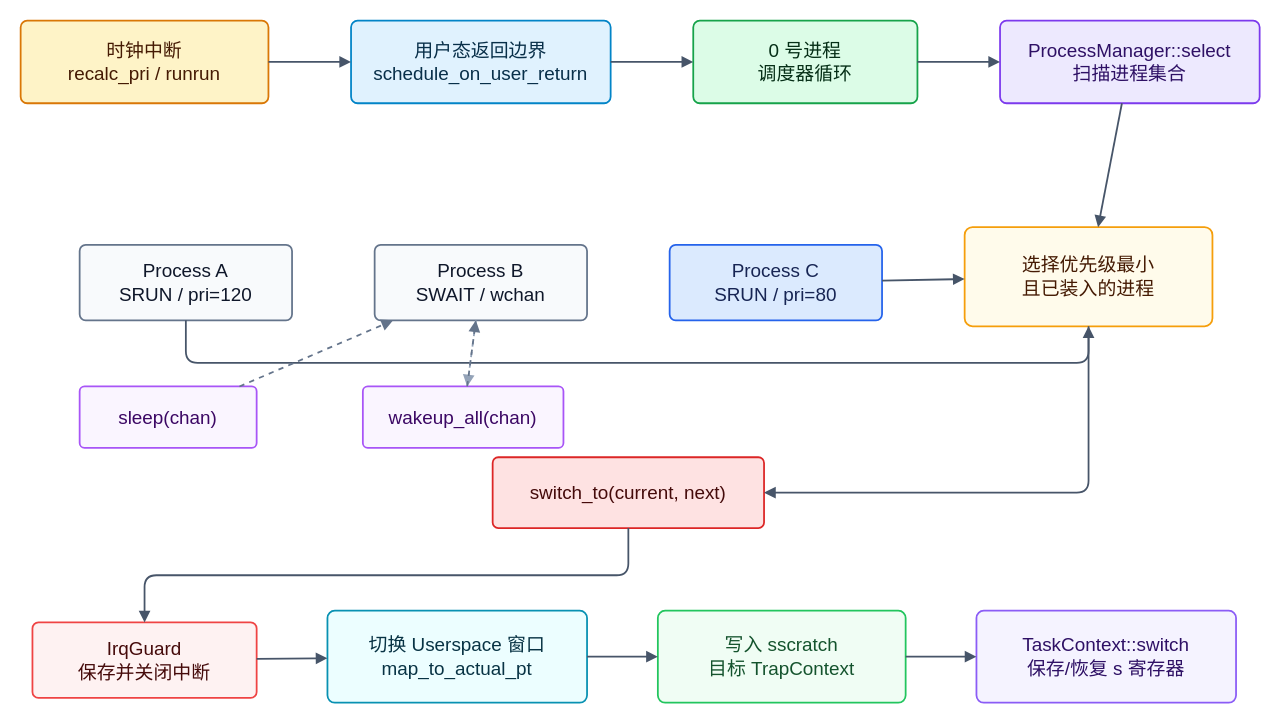
greatbridf/Thesis keeps this draw.io diagram as figures/process-scheduler.drawio. Above is the earlier version. Source tidied: cells renumbered, new cells numbered last; positions are measured from the earlier drawing's top-left corner, leaving out a move shared by most shapes. Both pictures are drawn from the tidied source at 118%, with x=0, y=0 at pixel (20, 20).
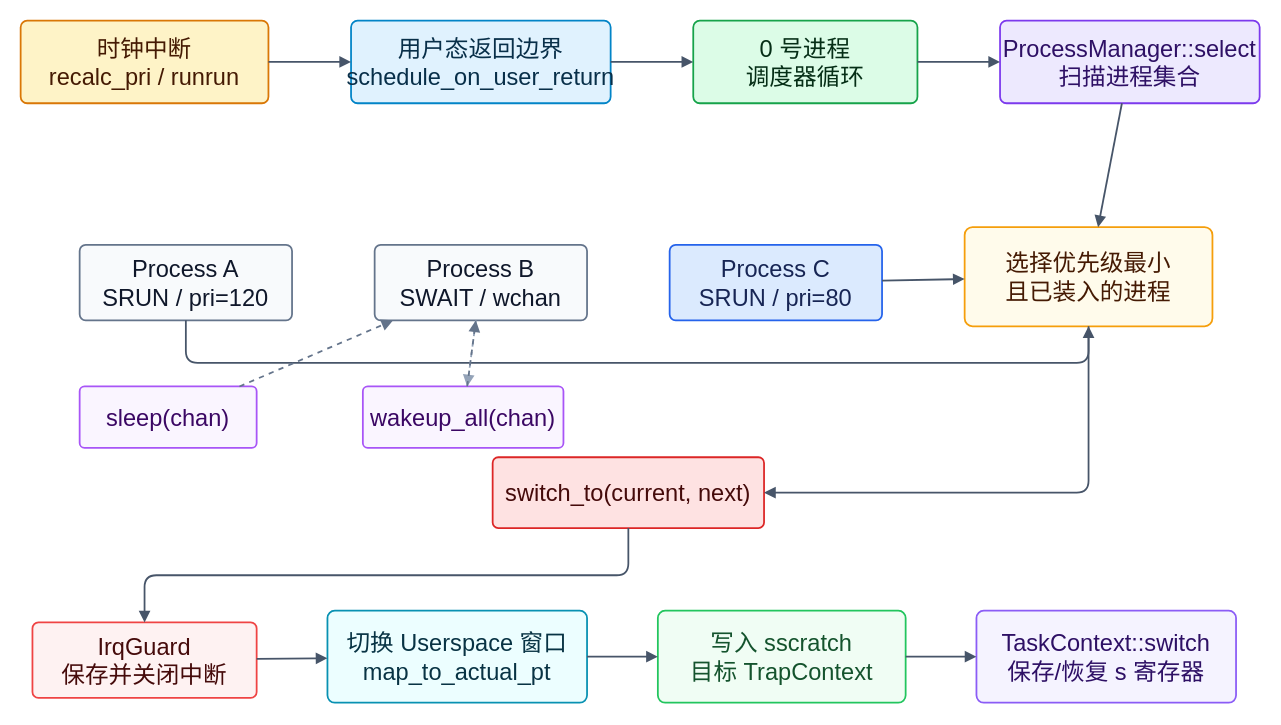
The same diagram, later.

What changed in the source:
```diff
@@
-    <mxCell id="2" value="时钟中断&lt;br&gt;recalc_pri / runrun" style="rounded=1;whiteSpace=wrap;html=1;fillColor=#fef3c7;strokeColor=#d97706;fontColor=#451a03;arcSize=8;strokeWidth=1.5;fontSize=16;" parent="1" vertex="1">
+    <mxCell id="2" value="时钟中断&lt;br&gt;recalc_pri / runrun" style="rounded=1;whiteSpace=wrap;html=1;fillColor=#fef3c7;strokeColor=#d97706;fontColor=#451a03;arcSize=8;strokeWidth=1.5;fontSize=20;" parent="1" vertex="1">
       <mxGeometry width="210" height="70" as="geometry" />
     </mxCell>
-    <mxCell id="3" value="用户态返回边界&lt;br&gt;schedule_on_user_return" style="rounded=1;whiteSpace=wrap;html=1;fillColor=#e0f2fe;strokeColor=#0284c7;fontColor=#082f49;arcSize=8;strokeWidth=1.5;fontSize=16;" parent="1" vertex="1">
+    <mxCell id="3" value="用户态返回边界&lt;br&gt;schedule_on_user_return" style="rounded=1;whiteSpace=wrap;html=1;fillColor=#e0f2fe;strokeColor=#0284c7;fontColor=#082f49;arcSize=8;strokeWidth=1.5;fontSize=20;" parent="1" vertex="1">
       <mxGeometry x="280" width="220" height="70" as="geometry" />
     </mxCell>
-    <mxCell id="4" value="0 号进程&lt;br&gt;调度器循环" style="rounded=1;whiteSpace=wrap;html=1;fillColor=#dcfce7;strokeColor=#16a34a;fontColor=#052e16;arcSize=8;strokeWidth=1.5;fontSize=16;" parent="1" vertex="1">
+    <mxCell id="4" value="0 号进程&lt;br&gt;调度器循环" style="rounded=1;whiteSpace=wrap;html=1;fillColor=#dcfce7;strokeColor=#16a34a;fontColor=#052e16;arcSize=8;strokeWidth=1.5;fontSize=20;" parent="1" vertex="1">
       <mxGeometry x="570" width="190" height="70" as="geometry" />
     </mxCell>
-    <mxCell id="5" value="ProcessManager::select&lt;br&gt;扫描进程集合" style="rounded=1;whiteSpace=wrap;html=1;fillColor=#ede9fe;strokeColor=#7c3aed;fontColor=#2e1065;arcSize=8;strokeWidth=1.5;fontSize=16;" parent="1" vertex="1">
+    <mxCell id="5" value="ProcessManager::select&lt;br&gt;扫描进程集合" style="rounded=1;whiteSpace=wrap;html=1;fillColor=#ede9fe;strokeColor=#7c3aed;fontColor=#2e1065;arcSize=8;strokeWidth=1.5;fontSize=20;" parent="1" vertex="1">
       <mxGeometry x="830" width="220" height="70" as="geometry" />
     </mxCell>
-    <mxCell id="6" value="Process A&lt;br&gt;SRUN / pri=120" style="rounded=1;whiteSpace=wrap;html=1;fillColor=#f8fafc;strokeColor=#64748b;fontColor=#0f172a;arcSize=8;strokeWidth=1.5;fontSize=16;" parent="1" vertex="1">
+    <mxCell id="6" value="Process A&lt;br&gt;SRUN / pri=120" style="rounded=1;whiteSpace=wrap;html=1;fillColor=#f8fafc;strokeColor=#64748b;fontColor=#0f172a;arcSize=8;strokeWidth=1.5;fontSize=20;" parent="1" vertex="1">
       <mxGeometry x="50" y="190" width="180" height="64" as="geometry" />
     </mxCell>
-    <mxCell id="7" value="Process B&lt;br&gt;SWAIT / wchan" style="rounded=1;whiteSpace=wrap;html=1;fillColor=#f8fafc;strokeColor=#64748b;fontColor=#0f172a;arcSize=8;strokeWidth=1.5;fontSize=16;" parent="1" vertex="1">
+    <mxCell id="7" value="Process B&lt;br&gt;SWAIT / wchan" style="rounded=1;whiteSpace=wrap;html=1;fillColor=#f8fafc;strokeColor=#64748b;fontColor=#0f172a;arcSize=8;strokeWidth=1.5;fontSize=20;" parent="1" vertex="1">
       <mxGeometry x="300" y="190" width="180" height="64" as="geometry" />
     </mxCell>
-    <mxCell id="8" value="Process C&lt;br&gt;SRUN / pri=80" style="rounded=1;whiteSpace=wrap;html=1;fillColor=#dbeafe;strokeColor=#2563eb;fontColor=#172554;arcSize=8;strokeWidth=1.5;fontSize=16;" parent="1" vertex="1">
+    <mxCell id="8" value="Process C&lt;br&gt;SRUN / pri=80" style="rounded=1;whiteSpace=wrap;html=1;fillColor=#dbeafe;strokeColor=#2563eb;fontColor=#172554;arcSize=8;strokeWidth=1.5;fontSize=20;" parent="1" vertex="1">
       <mxGeometry x="550" y="190" width="180" height="64" as="geometry" />
     </mxCell>
-    <mxCell id="9" value="选择优先级最小&lt;br&gt;且已装入的进程" style="rounded=1;whiteSpace=wrap;html=1;fillColor=#fffbeb;strokeColor=#f59e0b;fontColor=#451a03;arcSize=8;strokeWidth=1.5;fontSize=16;" parent="1" vertex="1">
+    <mxCell id="9" value="选择优先级最小&lt;br&gt;且已装入的进程" style="rounded=1;whiteSpace=wrap;html=1;fillColor=#fffbeb;strokeColor=#f59e0b;fontColor=#451a03;arcSize=8;strokeWidth=1.5;fontSize=20;" parent="1" vertex="1">
       <mxGeometry x="800" y="175" width="210" height="84" as="geometry" />
     </mxCell>
-    <mxCell id="10" value="switch_to(current, next)" style="rounded=1;whiteSpace=wrap;html=1;fillColor=#fee2e2;strokeColor=#dc2626;fontColor=#450a0a;arcSize=8;strokeWidth=1.5;fontSize=16;" parent="1" vertex="1">
+    <mxCell id="10" value="switch_to(current, next)" style="rounded=1;whiteSpace=wrap;html=1;fillColor=#fee2e2;strokeColor=#dc2626;fontColor=#450a0a;arcSize=8;strokeWidth=1.5;fontSize=20;" parent="1" vertex="1">
       <mxGeometry x="400" y="370" width="230" height="60" as="geometry" />
     </mxCell>
-    <mxCell id="11" value="IrqGuard&lt;br&gt;保存并关闭中断" style="rounded=1;whiteSpace=wrap;html=1;fillColor=#fef2f2;strokeColor=#ef4444;fontColor=#450a0a;arcSize=8;strokeWidth=1.5;fontSize=16;" parent="1" vertex="1">
+    <mxCell id="11" value="IrqGuard&lt;br&gt;保存并关闭中断" style="rounded=1;whiteSpace=wrap;html=1;fillColor=#fef2f2;strokeColor=#ef4444;fontColor=#450a0a;arcSize=8;strokeWidth=1.5;fontSize=20;" parent="1" vertex="1">
       <mxGeometry x="10" y="510" width="190" height="64" as="geometry" />
     </mxCell>
-    <mxCell id="12" value="切换 Userspace 窗口&lt;br&gt;map_to_actual_pt" style="rounded=1;whiteSpace=wrap;html=1;fillColor=#ecfeff;strokeColor=#0891b2;fontColor=#083344;arcSize=8;strokeWidth=1.5;fontSize=16;" parent="1" vertex="1">
+    <mxCell id="12" value="切换 Userspace 窗口&lt;br&gt;map_to_actual_pt" style="rounded=1;whiteSpace=wrap;html=1;fillColor=#ecfeff;strokeColor=#0891b2;fontColor=#083344;arcSize=8;strokeWidth=1.5;fontSize=20;" parent="1" vertex="1">
       <mxGeometry x="260" y="500" width="220" height="78" as="geometry" />
     </mxCell>
-    <mxCell id="13" value="写入 sscratch&lt;br&gt;目标 TrapContext" style="rounded=1;whiteSpace=wrap;html=1;fillColor=#f0fdf4;strokeColor=#22c55e;fontColor=#14532d;arcSize=8;strokeWidth=1.5;fontSize=16;" parent="1" vertex="1">
+    <mxCell id="13" value="写入 sscratch&lt;br&gt;目标 TrapContext" style="rounded=1;whiteSpace=wrap;html=1;fillColor=#f0fdf4;strokeColor=#22c55e;fontColor=#14532d;arcSize=8;strokeWidth=1.5;fontSize=20;" parent="1" vertex="1">
       <mxGeometry x="540" y="500" width="210" height="78" as="geometry" />
     </mxCell>
-    <mxCell id="14" value="TaskContext::switch&lt;br&gt;保存/恢复 s 寄存器" style="rounded=1;whiteSpace=wrap;html=1;fillColor=#f5f3ff;strokeColor=#8b5cf6;fontColor=#2e1065;arcSize=8;strokeWidth=1.5;fontSize=16;" parent="1" vertex="1">
+    <mxCell id="14" value="TaskContext::switch&lt;br&gt;保存/恢复 s 寄存器" style="rounded=1;whiteSpace=wrap;html=1;fillColor=#f5f3ff;strokeColor=#8b5cf6;fontColor=#2e1065;arcSize=8;strokeWidth=1.5;fontSize=20;" parent="1" vertex="1">
       <mxGeometry x="810" y="500" width="220" height="78" as="geometry" />
     </mxCell>
-    <mxCell id="15" value="sleep(chan)" style="rounded=1;whiteSpace=wrap;html=1;fillColor=#faf5ff;strokeColor=#a855f7;fontColor=#3b0764;arcSize=8;strokeWidth=1.5;fontSize=16;" parent="1" vertex="1">
+    <mxCell id="15" value="sleep(chan)" style="rounded=1;whiteSpace=wrap;html=1;fillColor=#faf5ff;strokeColor=#a855f7;fontColor=#3b0764;arcSize=8;strokeWidth=1.5;fontSize=20;" parent="1" vertex="1">
       <mxGeometry x="50" y="310" width="150" height="52" as="geometry" />
     </mxCell>
-    <mxCell id="16" value="wakeup_all(chan)" style="rounded=1;whiteSpace=wrap;html=1;fillColor=#faf5ff;strokeColor=#a855f7;fontColor=#3b0764;arcSize=8;strokeWidth=1.5;fontSize=16;" parent="1" vertex="1">
+    <mxCell id="16" value="wakeup_all(chan)" style="rounded=1;whiteSpace=wrap;html=1;fillColor=#faf5ff;strokeColor=#a855f7;fontColor=#3b0764;arcSize=8;strokeWidth=1.5;fontSize=20;" parent="1" vertex="1">
       <mxGeometry x="290" y="310" width="170" height="52" as="geometry" />
     </mxCell>
```
